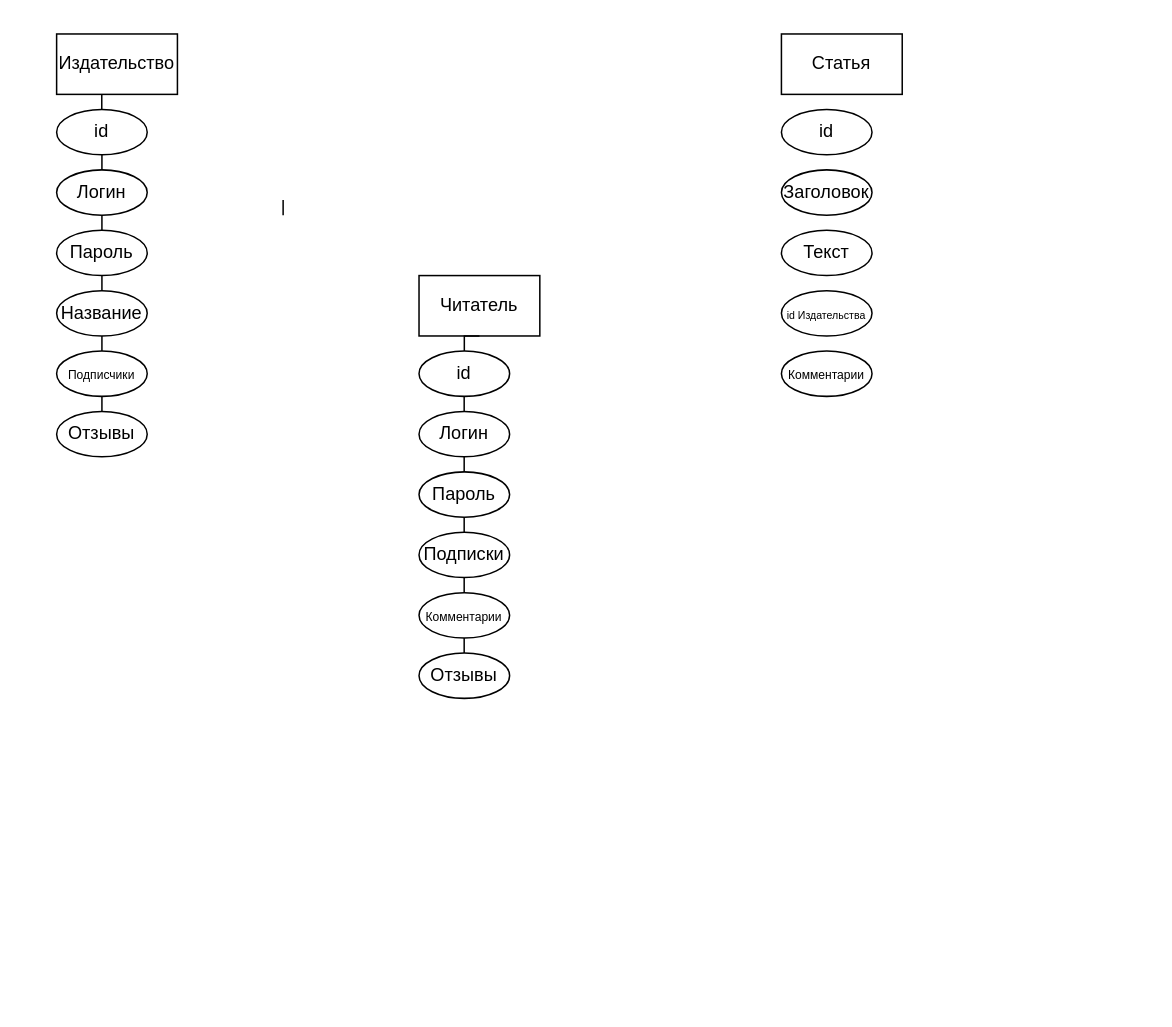
This is Диаграмма без названия.drawio from r0mpll/DataBase, a draw.io file, before an edit. Source tidied: cells renumbered, new cells numbered last; positions are measured from the earlier drawing's top-left corner, leaving out a move shared by most shapes. Both pictures are drawn from the tidied source at 151%, with x=0, y=0 at pixel (56, 33).
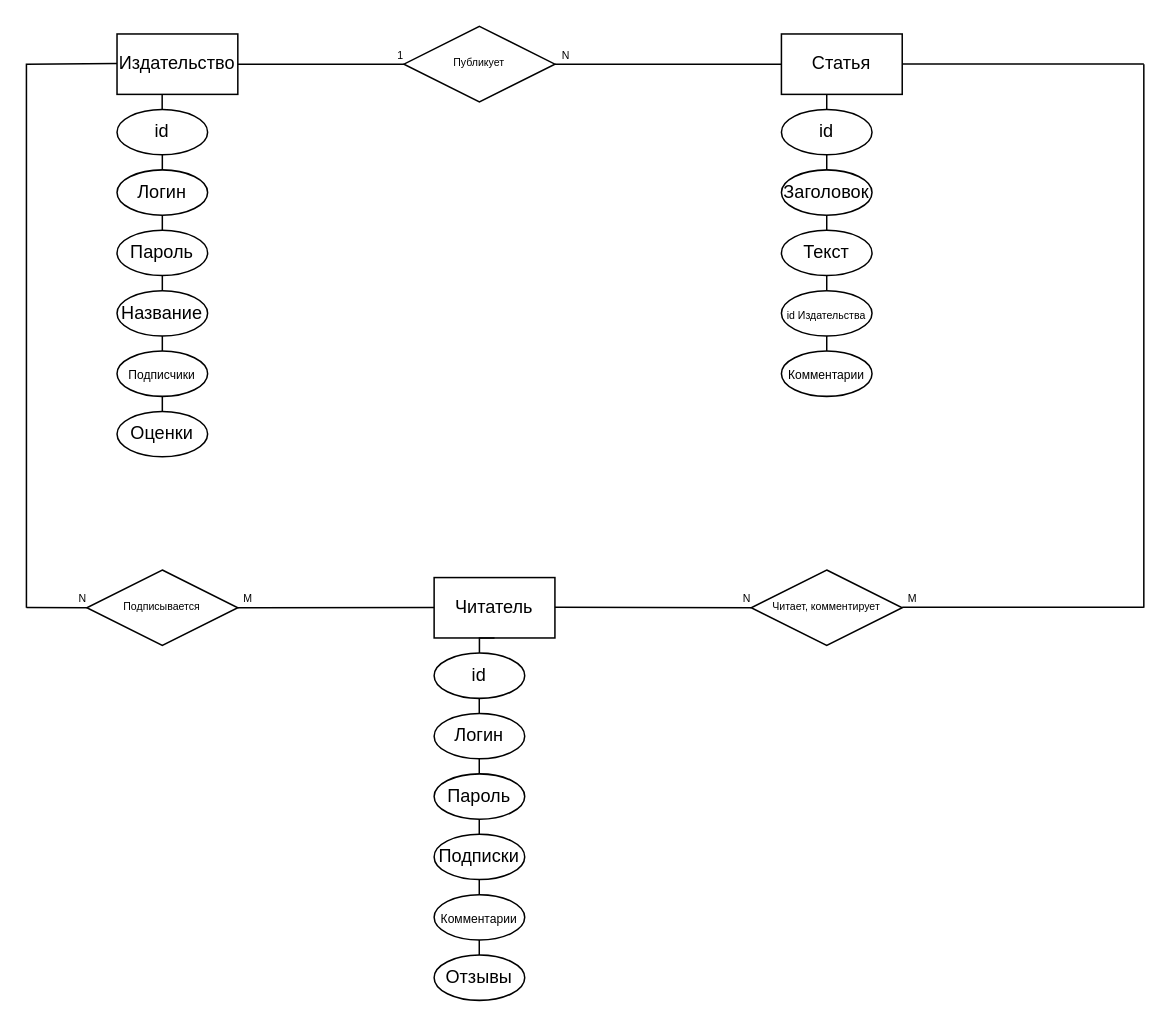
Above is the later version.

Unchanged cells that the change refers to:
```xml
<mxCell id="16" value="Статья" style="rounded=0;whiteSpace=wrap;html=1;" parent="1" vertex="1">
  <mxGeometry x="480" width="80" height="40" as="geometry" />
</mxCell>
```

What changed in the source:
```diff
@@
     <mxCell id="2" value="Читатель" style="rounded=0;whiteSpace=wrap;html=1;" parent="1" vertex="1">
-      <mxGeometry x="240" y="160" width="80" height="40" as="geometry" />
+      <mxGeometry x="250" y="360" width="80" height="40" as="geometry" />
     </mxCell>
     <mxCell id="3" value="id" style="ellipse;whiteSpace=wrap;html=1;" parent="1" vertex="1">
-      <mxGeometry x="240" y="210" width="60" height="30" as="geometry" />
+      <mxGeometry x="250" y="410" width="60" height="30" as="geometry" />
     </mxCell>
     <mxCell id="4" value="Логин" style="ellipse;whiteSpace=wrap;html=1;" parent="1" vertex="1">
-      <mxGeometry x="240" y="250" width="60" height="30" as="geometry" />
+      <mxGeometry x="250" y="450" width="60" height="30" as="geometry" />
     </mxCell>
     <mxCell id="5" value="Пароль" style="ellipse;whiteSpace=wrap;html=1;" parent="1" vertex="1">
-      <mxGeometry x="240" y="290" width="60" height="30" as="geometry" />
+      <mxGeometry x="250" y="490" width="60" height="30" as="geometry" />
     </mxCell>
     <mxCell id="6" value="Подписки" style="ellipse;whiteSpace=wrap;html=1;" parent="1" vertex="1">
-      <mxGeometry x="240" y="330" width="60" height="30" as="geometry" />
+      <mxGeometry x="250" y="530" width="60" height="30" as="geometry" />
     </mxCell>
     <mxCell id="7" value="&lt;font style=&quot;font-size: 8px;&quot;&gt;Комментарии&lt;/font&gt;" style="ellipse;whiteSpace=wrap;html=1;" parent="1" vertex="1">
-      <mxGeometry x="240" y="370" width="60" height="30" as="geometry" />
+      <mxGeometry x="250" y="570" width="60" height="30" as="geometry" />
     </mxCell>
     <mxCell id="8" value="Отзывы" style="ellipse;whiteSpace=wrap;html=1;" parent="1" vertex="1">
-      <mxGeometry x="240" y="410" width="60" height="30" as="geometry" />
+      <mxGeometry x="250" y="610" width="60" height="30" as="geometry" />
     </mxCell>
     <mxCell id="9" value="Издательство" style="rounded=0;whiteSpace=wrap;html=1;" parent="1" vertex="1">
-      <mxGeometry width="80" height="40" as="geometry" />
+      <mxGeometry x="40" width="80" height="40" as="geometry" />
     </mxCell>
     <mxCell id="10" value="id" style="ellipse;whiteSpace=wrap;html=1;" parent="1" vertex="1">
-      <mxGeometry y="50" width="60" height="30" as="geometry" />
+      <mxGeometry x="40" y="50" width="60" height="30" as="geometry" />
     </mxCell>
     <mxCell id="11" value="Логин" style="ellipse;whiteSpace=wrap;html=1;" parent="1" vertex="1">
-      <mxGeometry y="90" width="60" height="30" as="geometry" />
+      <mxGeometry x="40" y="90" width="60" height="30" as="geometry" />
     </mxCell>
     <mxCell id="12" value="Пароль" style="ellipse;whiteSpace=wrap;html=1;" parent="1" vertex="1">
-      <mxGeometry y="130" width="60" height="30" as="geometry" />
+      <mxGeometry x="40" y="130" width="60" height="30" as="geometry" />
     </mxCell>
     <mxCell id="13" value="Название" style="ellipse;whiteSpace=wrap;html=1;" parent="1" vertex="1">
-      <mxGeometry y="170" width="60" height="30" as="geometry" />
+      <mxGeometry x="40" y="170" width="60" height="30" as="geometry" />
     </mxCell>
     <mxCell id="14" value="&lt;span style=&quot;font-size: 8px;&quot;&gt;Подписчики&lt;/span&gt;" style="ellipse;whiteSpace=wrap;html=1;" parent="1" vertex="1">
-      <mxGeometry y="210" width="60" height="30" as="geometry" />
+      <mxGeometry x="40" y="210" width="60" height="30" as="geometry" />
     </mxCell>
-    <mxCell id="15" value="Отзывы" style="ellipse;whiteSpace=wrap;html=1;" parent="1" vertex="1">
-      <mxGeometry y="250" width="60" height="30" as="geometry" />
+    <mxCell id="15" value="Оценки" style="ellipse;whiteSpace=wrap;html=1;" parent="1" vertex="1">
+      <mxGeometry x="40" y="250" width="60" height="30" as="geometry" />
     </mxCell>
@@
     <mxCell id="22" style="endArrow=none;html=1;rounded=0;fontSize=7;entryX=0.5;entryY=1;entryDx=0;entryDy=0;" parent="1" edge="1" target="2">
       <mxGeometry relative="1" as="geometry">
-        <mxPoint x="270" y="210" as="sourcePoint" />
+        <mxPoint x="280" y="410" as="sourcePoint" />
         <Array as="points">
-          <mxPoint x="270" y="200" />
+          <mxPoint x="280" y="400" />
         </Array>
       </mxGeometry>
     </mxCell>
     <mxCell id="23" style="endArrow=none;html=1;rounded=0;fontSize=7;" parent="1" edge="1">
       <mxGeometry relative="1" as="geometry">
-        <mxPoint x="269.9" y="250" as="sourcePoint" />
-        <mxPoint x="269.9" y="240" as="targetPoint" />
+        <mxPoint x="279.9" y="450" as="sourcePoint" />
+        <mxPoint x="279.9" y="440" as="targetPoint" />
         <Array as="points">
-          <mxPoint x="269.9" y="240" />
+          <mxPoint x="279.9" y="440" />
         </Array>
       </mxGeometry>
     </mxCell>
     <mxCell id="24" style="endArrow=none;html=1;rounded=0;fontSize=7;" parent="1" edge="1">
       <mxGeometry relative="1" as="geometry">
-        <mxPoint x="269.9" y="290" as="sourcePoint" />
-        <mxPoint x="269.9" y="280" as="targetPoint" />
+        <mxPoint x="279.9" y="490" as="sourcePoint" />
+        <mxPoint x="279.9" y="480" as="targetPoint" />
         <Array as="points">
-          <mxPoint x="269.9" y="280" />
+          <mxPoint x="279.9" y="480" />
         </Array>
       </mxGeometry>
     </mxCell>
     <mxCell id="25" style="endArrow=none;html=1;rounded=0;fontSize=7;" parent="1" edge="1">
       <mxGeometry relative="1" as="geometry">
-        <mxPoint x="269.9" y="330" as="sourcePoint" />
-        <mxPoint x="269.9" y="320" as="targetPoint" />
+        <mxPoint x="279.9" y="530" as="sourcePoint" />
+        <mxPoint x="279.9" y="520" as="targetPoint" />
         <Array as="points">
-          <mxPoint x="269.9" y="320" />
+          <mxPoint x="279.9" y="520" />
         </Array>
       </mxGeometry>
     </mxCell>
     <mxCell id="26" style="endArrow=none;html=1;rounded=0;fontSize=7;" parent="1" edge="1">
       <mxGeometry relative="1" as="geometry">
-        <mxPoint x="269.9" y="370" as="sourcePoint" />
-        <mxPoint x="269.9" y="360" as="targetPoint" />
+        <mxPoint x="279.9" y="570" as="sourcePoint" />
+        <mxPoint x="279.9" y="560" as="targetPoint" />
         <Array as="points">
-          <mxPoint x="269.9" y="360" />
+          <mxPoint x="279.9" y="560" />
         </Array>
       </mxGeometry>
     </mxCell>
     <mxCell id="27" style="endArrow=none;html=1;rounded=0;fontSize=7;" parent="1" edge="1">
       <mxGeometry relative="1" as="geometry">
-        <mxPoint x="269.9" y="410" as="sourcePoint" />
-        <mxPoint x="269.9" y="400" as="targetPoint" />
+        <mxPoint x="279.9" y="610" as="sourcePoint" />
+        <mxPoint x="279.9" y="600" as="targetPoint" />
         <Array as="points">
-          <mxPoint x="269.9" y="400" />
+          <mxPoint x="279.9" y="600" />
         </Array>
       </mxGeometry>
     </mxCell>
     <mxCell id="28" style="endArrow=none;html=1;rounded=0;fontSize=7;" parent="1" edge="1">
       <mxGeometry relative="1" as="geometry">
-        <mxPoint x="29.9" y="50" as="sourcePoint" />
-        <mxPoint x="29.9" y="40" as="targetPoint" />
+        <mxPoint x="69.9" y="50" as="sourcePoint" />
+        <mxPoint x="69.9" y="40" as="targetPoint" />
         <Array as="points">
-          <mxPoint x="29.9" y="40" />
+          <mxPoint x="69.9" y="40" />
         </Array>
       </mxGeometry>
     </mxCell>
     <mxCell id="29" style="endArrow=none;html=1;rounded=0;fontSize=7;" parent="1" edge="1">
       <mxGeometry relative="1" as="geometry">
-        <mxPoint x="30" y="90" as="sourcePoint" />
-        <mxPoint x="30" y="80" as="targetPoint" />
+        <mxPoint x="70" y="90" as="sourcePoint" />
+        <mxPoint x="70" y="80" as="targetPoint" />
         <Array as="points">
-          <mxPoint x="30" y="80" />
+          <mxPoint x="70" y="80" />
         </Array>
       </mxGeometry>
     </mxCell>
     <mxCell id="30" style="endArrow=none;html=1;rounded=0;fontSize=7;" parent="1" edge="1">
       <mxGeometry relative="1" as="geometry">
-        <mxPoint x="30" y="130" as="sourcePoint" />
-        <mxPoint x="30" y="120" as="targetPoint" />
+        <mxPoint x="70" y="130" as="sourcePoint" />
+        <mxPoint x="70" y="120" as="targetPoint" />
         <Array as="points">
-          <mxPoint x="30" y="120" />
+          <mxPoint x="70" y="120" />
         </Array>
       </mxGeometry>
     </mxCell>
     <mxCell id="31" style="endArrow=none;html=1;rounded=0;fontSize=7;" parent="1" edge="1">
       <mxGeometry relative="1" as="geometry">
-        <mxPoint x="30" y="170" as="sourcePoint" />
-        <mxPoint x="30" y="160" as="targetPoint" />
+        <mxPoint x="70" y="170" as="sourcePoint" />
+        <mxPoint x="70" y="160" as="targetPoint" />
         <Array as="points">
-          <mxPoint x="30" y="160" />
+          <mxPoint x="70" y="160" />
         </Array>
       </mxGeometry>
     </mxCell>
     <mxCell id="32" style="endArrow=none;html=1;rounded=0;fontSize=7;" parent="1" edge="1">
       <mxGeometry relative="1" as="geometry">
-        <mxPoint x="30" y="210" as="sourcePoint" />
-        <mxPoint x="30" y="200" as="targetPoint" />
+        <mxPoint x="70" y="210" as="sourcePoint" />
+        <mxPoint x="70" y="200" as="targetPoint" />
         <Array as="points">
-          <mxPoint x="30" y="200" />
+          <mxPoint x="70" y="200" />
         </Array>
       </mxGeometry>
     </mxCell>
     <mxCell id="33" style="endArrow=none;html=1;rounded=0;fontSize=7;" parent="1" edge="1">
       <mxGeometry relative="1" as="geometry">
-        <mxPoint x="30" y="250" as="sourcePoint" />
-        <mxPoint x="30" y="240" as="targetPoint" />
+        <mxPoint x="70" y="250" as="sourcePoint" />
+        <mxPoint x="70" y="240" as="targetPoint" />
         <Array as="points">
-          <mxPoint x="30" y="240" />
+          <mxPoint x="70" y="240" />
         </Array>
       </mxGeometry>
     </mxCell>
     <mxCell id="34" style="endArrow=none;html=1;rounded=0;fontSize=7;" parent="1" edge="1">
       <mxGeometry relative="1" as="geometry">
-        <mxPoint x="150" y="120" as="sourcePoint" />
-        <mxPoint x="150" y="110" as="targetPoint" />
+        <mxPoint x="510" y="50" as="sourcePoint" />
+        <mxPoint x="510" y="40" as="targetPoint" />
         <Array as="points">
-          <mxPoint x="150" y="110" />
+          <mxPoint x="510" y="40" />
         </Array>
       </mxGeometry>
     </mxCell>
+    <mxCell id="35" style="endArrow=none;html=1;rounded=0;fontSize=7;" parent="1" edge="1">
+      <mxGeometry relative="1" as="geometry">
+        <mxPoint x="510" y="90" as="sourcePoint" />
+        <mxPoint x="510" y="80" as="targetPoint" />
+        <Array as="points">
+          <mxPoint x="510" y="80" />
+        </Array>
+      </mxGeometry>
+    </mxCell>
+    <mxCell id="36" style="endArrow=none;html=1;rounded=0;fontSize=7;" parent="1" edge="1">
+      <mxGeometry relative="1" as="geometry">
+        <mxPoint x="510" y="130" as="sourcePoint" />
+        <mxPoint x="510" y="120" as="targetPoint" />
+        <Array as="points">
+          <mxPoint x="510" y="120" />
+        </Array>
+      </mxGeometry>
+    </mxCell>
+    <mxCell id="37" style="endArrow=none;html=1;rounded=0;fontSize=7;" parent="1" edge="1">
+      <mxGeometry relative="1" as="geometry">
+        <mxPoint x="510" y="170" as="sourcePoint" />
+        <mxPoint x="510" y="160" as="targetPoint" />
+        <Array as="points">
+          <mxPoint x="510" y="160" />
+        </Array>
+      </mxGeometry>
+    </mxCell>
+    <mxCell id="38" style="endArrow=none;html=1;rounded=0;fontSize=7;" parent="1" edge="1">
+      <mxGeometry relative="1" as="geometry">
+        <mxPoint x="510" y="210" as="sourcePoint" />
+        <mxPoint x="510" y="200" as="targetPoint" />
+        <Array as="points">
+          <mxPoint x="510" y="200" />
+        </Array>
+      </mxGeometry>
+    </mxCell>
+    <mxCell id="39" value="Публикует" style="shape=rhombus;perimeter=rhombusPerimeter;whiteSpace=wrap;html=1;align=center;fontSize=7;" parent="1" vertex="1">
+      <mxGeometry x="230" y="-5" width="100" height="50" as="geometry" />
+    </mxCell>
+    <mxCell id="40" style="endArrow=none;html=1;rounded=0;fontSize=7;entryX=0;entryY=0.5;entryDx=0;entryDy=0;" parent="1" edge="1" target="39">
+      <mxGeometry relative="1" as="geometry">
+        <mxPoint x="120" y="20" as="sourcePoint" />
+      </mxGeometry>
+    </mxCell>
+    <mxCell id="41" value="1" style="html=1;align=right;verticalAlign=bottom;fontSize=7;" parent="40" vertex="1">
+      <mxGeometry x="1" relative="1" as="geometry" />
+    </mxCell>
+    <mxCell id="42" style="endArrow=none;html=1;rounded=0;fontSize=7;entryX=0;entryY=0.5;entryDx=0;entryDy=0;exitX=1;exitY=0.5;exitDx=0;exitDy=0;" parent="1" edge="1" source="39" target="16">
+      <mxGeometry relative="1" as="geometry" />
+    </mxCell>
+    <mxCell id="43" value="N" style="html=1;align=right;verticalAlign=bottom;fontSize=7;" parent="42" vertex="1">
+      <mxGeometry x="1" relative="1" as="geometry">
+        <mxPoint x="-140" as="offset" />
+      </mxGeometry>
+    </mxCell>
+    <mxCell id="44" style="endArrow=none;html=1;rounded=0;fontSize=7;" parent="1" edge="1">
+      <mxGeometry relative="1" as="geometry">
+        <mxPoint x="-20" y="380" as="sourcePoint" />
+        <mxPoint x="40" y="19.5" as="targetPoint" />
+        <Array as="points">
+          <mxPoint x="-20" y="20" />
+        </Array>
+      </mxGeometry>
+    </mxCell>
+    <mxCell id="45" value="Подписывается" style="shape=rhombus;perimeter=rhombusPerimeter;whiteSpace=wrap;html=1;align=center;fontSize=7;" parent="1" vertex="1">
+      <mxGeometry x="20" y="355" width="100" height="50" as="geometry" />
+    </mxCell>
+    <mxCell id="46" style="endArrow=none;html=1;rounded=0;fontSize=7;entryX=0;entryY=0.5;entryDx=0;entryDy=0;" parent="1" edge="1" target="45">
+      <mxGeometry relative="1" as="geometry">
+        <mxPoint x="-20" y="379.8" as="sourcePoint" />
+      </mxGeometry>
+    </mxCell>
+    <mxCell id="47" value="N" style="html=1;align=right;verticalAlign=bottom;fontSize=7;" parent="46" vertex="1">
+      <mxGeometry x="1" relative="1" as="geometry" />
+    </mxCell>
+    <mxCell id="48" style="endArrow=none;html=1;rounded=0;fontSize=7;exitX=1;exitY=0.5;exitDx=0;exitDy=0;" parent="1" edge="1" source="45">
+      <mxGeometry relative="1" as="geometry">
+        <mxPoint x="250" y="379.8" as="targetPoint" />
+      </mxGeometry>
+    </mxCell>
+    <mxCell id="49" value="M" style="html=1;align=right;verticalAlign=bottom;fontSize=7;" parent="48" vertex="1">
+      <mxGeometry x="1" relative="1" as="geometry">
+        <mxPoint x="-120" as="offset" />
+      </mxGeometry>
+    </mxCell>
+    <mxCell id="50" value="Читает, комментирует" style="shape=rhombus;perimeter=rhombusPerimeter;whiteSpace=wrap;html=1;align=center;fontSize=7;" parent="1" vertex="1">
+      <mxGeometry x="460" y="355" width="100" height="50" as="geometry" />
+    </mxCell>
+    <mxCell id="51" style="endArrow=none;html=1;rounded=0;fontSize=7;entryX=0;entryY=0.5;entryDx=0;entryDy=0;" parent="1" edge="1" target="50">
+      <mxGeometry relative="1" as="geometry">
+        <mxPoint x="330" y="379.7" as="sourcePoint" />
+      </mxGeometry>
+    </mxCell>
+    <mxCell id="52" value="N" style="html=1;align=right;verticalAlign=bottom;fontSize=7;" parent="51" vertex="1">
+      <mxGeometry x="1" relative="1" as="geometry" />
+    </mxCell>
+    <mxCell id="53" style="endArrow=none;html=1;rounded=0;fontSize=7;" parent="1" edge="1">
+      <mxGeometry relative="1" as="geometry">
+        <mxPoint x="560" y="19.9" as="sourcePoint" />
+        <mxPoint x="720" y="19.9" as="targetPoint" />
+      </mxGeometry>
+    </mxCell>
+    <mxCell id="54" style="endArrow=none;html=1;rounded=0;fontSize=7;" parent="1" edge="1">
+      <mxGeometry relative="1" as="geometry">
+        <mxPoint x="560" y="379.7" as="sourcePoint" />
+        <mxPoint x="720" y="379.7" as="targetPoint" />
+      </mxGeometry>
+    </mxCell>
+    <mxCell id="55" value="M" style="html=1;align=right;verticalAlign=bottom;fontSize=7;" parent="54" vertex="1">
+      <mxGeometry x="1" relative="1" as="geometry">
+        <mxPoint x="-150" as="offset" />
+      </mxGeometry>
+    </mxCell>
+    <mxCell id="56" style="endArrow=none;html=1;rounded=0;fontSize=7;" parent="1" edge="1">
+      <mxGeometry relative="1" as="geometry">
+        <mxPoint x="720" y="20" as="sourcePoint" />
+        <mxPoint x="720" y="380" as="targetPoint" />
+      </mxGeometry>
+    </mxCell>
```
